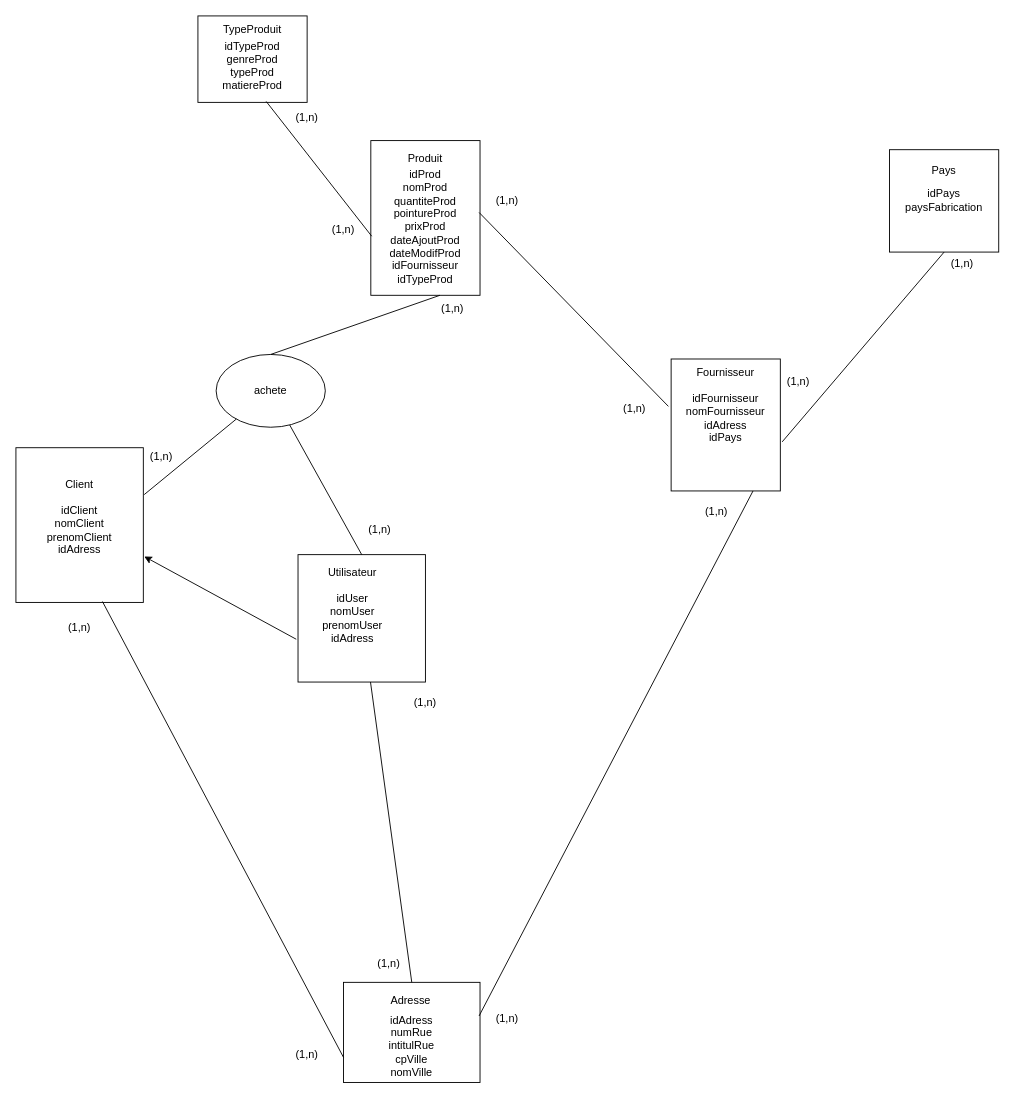
Above: ExercicesBDD/chaussure.drawio in Willremi/Groupe6 (draw.io), before the change. Source tidied: cells renumbered, new cells numbered last; positions are measured from the earlier drawing's top-left corner, leaving out a move shared by most shapes. Both pictures are drawn from the tidied source at 91%, with x=0, y=0 at pixel (15, 15).
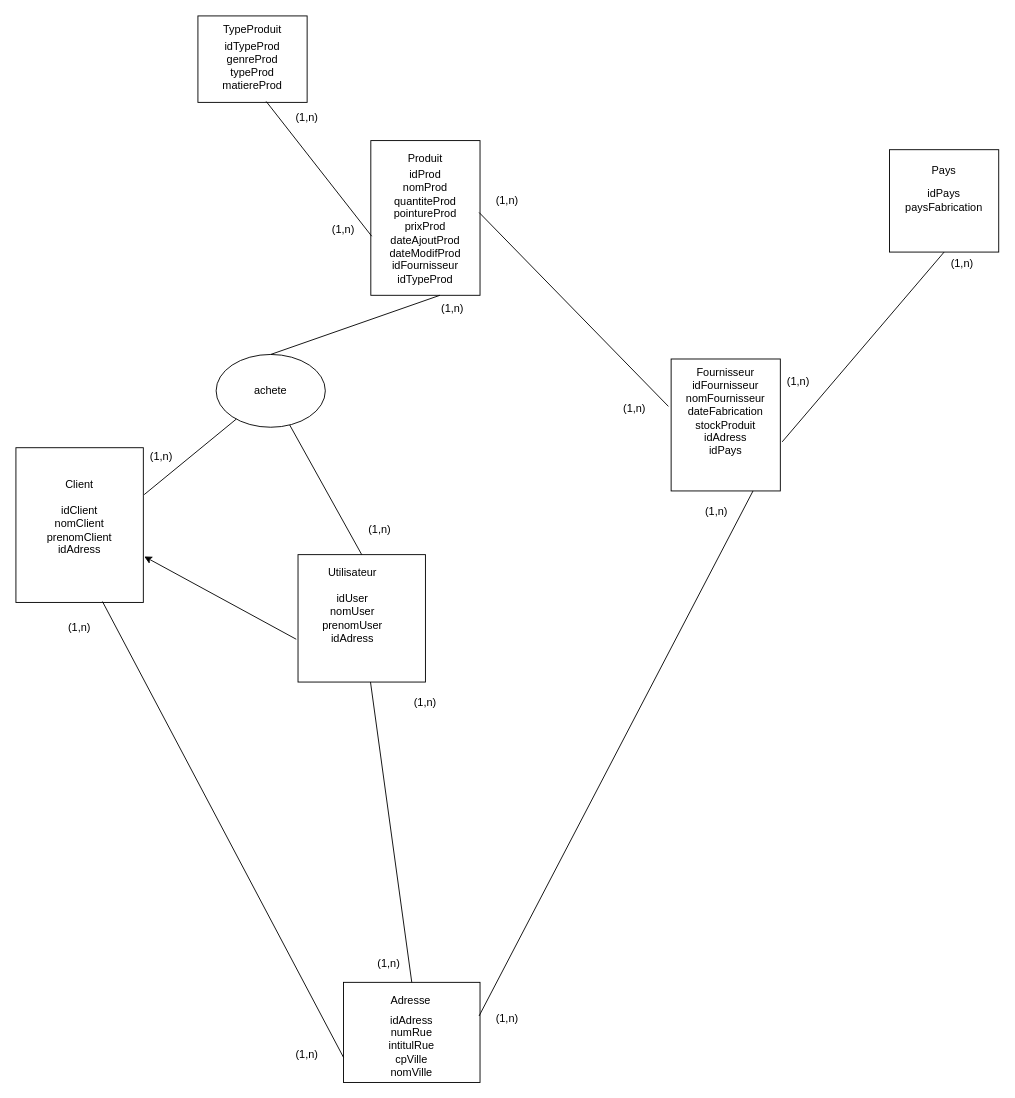
Above is the later version.

Commit message:
Mettre à jour chaussure.drawio

The edit, as a diff of the source:
```diff
@@
-    <mxCell id="16" value="idFournisseur&lt;br&gt;nomFournisseur&lt;br&gt;idAdress&lt;br&gt;idPays" style="text;html=1;strokeColor=none;fillColor=none;align=center;verticalAlign=middle;whiteSpace=wrap;rounded=0;" parent="1" vertex="1">
+    <mxCell id="16" value="idFournisseur&lt;br&gt;nomFournisseur&lt;br&gt;dateFabrication&lt;br&gt;stockProduit&lt;br&gt;idAdress&lt;br&gt;idPays" style="text;html=1;strokeColor=none;fillColor=none;align=center;verticalAlign=middle;whiteSpace=wrap;rounded=0;" parent="1" vertex="1">
       <mxGeometry x="760" y="432" width="40" height="20" as="geometry" />
     </mxCell>
```
